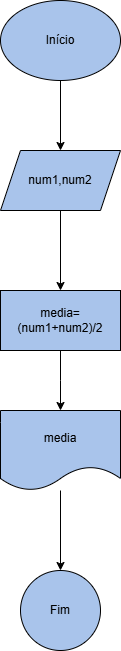
rehsanva/PA-2025 keeps this draw.io diagram as variaveiseoperadoresaritmeticos/calculomedia.drawio.png. Above is the earlier version. Source tidied: cells renumbered, new cells last; positions are measured from the earlier drawing's top-left corner, leaving out a move shared by most shapes. The source it was exported from:
```xml
<mxGraphModel>
  <root>
    <mxCell id="0" />
    <mxCell id="1" parent="0" />
    <mxCell id="2" style="edgeStyle=orthogonalEdgeStyle;rounded=0;jettySize=auto;html=1;entryX=0.5;entryY=0;entryDx=0;entryDy=0;" parent="1" edge="1" source="3" target="5">
      <mxGeometry relative="1" as="geometry" />
    </mxCell>
    <mxCell id="3" value="Início" style="ellipse;whiteSpace=wrap;html=1;fillColor=light-dark(#A9C4EB,#000000);" parent="1" vertex="1">
      <mxGeometry width="120" height="80" as="geometry" />
    </mxCell>
    <mxCell id="4" style="edgeStyle=orthogonalEdgeStyle;rounded=0;jettySize=auto;html=1;" parent="1" edge="1" source="5" target="7">
      <mxGeometry relative="1" as="geometry" />
    </mxCell>
    <mxCell id="5" value="num1,num2" style="shape=parallelogram;perimeter=parallelogramPerimeter;whiteSpace=wrap;html=1;fixedSize=1;fillColor=light-dark(#A9C4EB,var(--ge-dark-color, #121212));" parent="1" vertex="1">
      <mxGeometry y="150" width="120" height="60" as="geometry" />
    </mxCell>
    <mxCell id="6" style="edgeStyle=orthogonalEdgeStyle;rounded=0;jettySize=auto;html=1;" parent="1" edge="1" source="7">
      <mxGeometry relative="1" as="geometry">
        <mxPoint x="60" y="410" as="targetPoint" />
      </mxGeometry>
    </mxCell>
    <mxCell id="7" value="media= (num1+num2)/2" style="whiteSpace=wrap;html=1;fillColor=light-dark(#A9C4EB,#000000);" parent="1" vertex="1">
      <mxGeometry y="290" width="120" height="60" as="geometry" />
    </mxCell>
    <mxCell id="8" style="edgeStyle=orthogonalEdgeStyle;rounded=0;jettySize=auto;html=1;" parent="1" edge="1" source="9" target="10">
      <mxGeometry relative="1" as="geometry" />
    </mxCell>
    <mxCell id="9" value="media" style="shape=document;whiteSpace=wrap;html=1;boundedLbl=1;fillColor=light-dark(#A9C4EB,#000000);" parent="1" vertex="1">
      <mxGeometry y="410" width="120" height="80" as="geometry" />
    </mxCell>
    <mxCell id="10" value="Fim" style="ellipse;whiteSpace=wrap;html=1;fillColor=light-dark(#A9C4EB,#000000);" parent="1" vertex="1">
      <mxGeometry x="20" y="570" width="80" height="80" as="geometry" />
    </mxCell>
  </root>
</mxGraphModel>
```
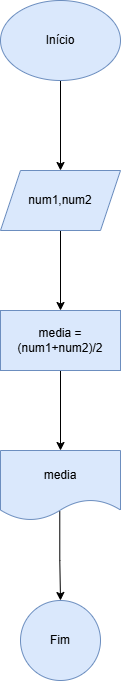
The same file after the commit.

The edit, as a diff of the source:
```diff
@@ -2,34 +2,32 @@
   <root>
     <mxCell id="0" />
     <mxCell id="1" parent="0" />
-    <mxCell id="2" style="edgeStyle=orthogonalEdgeStyle;rounded=0;jettySize=auto;html=1;entryX=0.5;entryY=0;entryDx=0;entryDy=0;" parent="1" edge="1" source="3" target="5">
+    <mxCell id="2" style="edgeStyle=orthogonalEdgeStyle;rounded=0;jettySize=auto;html=1;" parent="1" edge="1" source="3" target="5">
       <mxGeometry relative="1" as="geometry" />
     </mxCell>
-    <mxCell id="3" value="Início" style="ellipse;whiteSpace=wrap;html=1;fillColor=light-dark(#A9C4EB,#000000);" parent="1" vertex="1">
-      <mxGeometry width="120" height="80" as="geometry" />
+    <mxCell id="3" value="Início" style="ellipse;whiteSpace=wrap;html=1;fillColor=#dae8fc;strokeColor=#6c8ebf;" parent="1" vertex="1">
+      <mxGeometry x="260" y="170" width="120" height="80" as="geometry" />
     </mxCell>
-    <mxCell id="4" style="edgeStyle=orthogonalEdgeStyle;rounded=0;jettySize=auto;html=1;" parent="1" edge="1" source="5" target="7">
-      <mxGeometry relative="1" as="geometry" />
-    </mxCell>
+    <mxCell id="11" style="edgeStyle=orthogonalEdgeStyle;rounded=0;jettySize=auto;html=1;" parent="1" edge="1" source="5" target="13">
+      <mxGeometry relative="1" as="geometry" />
+    </mxCell>
-    <mxCell id="5" value="num1,num2" style="shape=parallelogram;perimeter=parallelogramPerimeter;whiteSpace=wrap;html=1;fixedSize=1;fillColor=light-dark(#A9C4EB,var(--ge-dark-color, #121212));" parent="1" vertex="1">
-      <mxGeometry y="150" width="120" height="60" as="geometry" />
+    <mxCell id="5" value="num1,num2" style="shape=parallelogram;perimeter=parallelogramPerimeter;whiteSpace=wrap;html=1;fixedSize=1;fillColor=#dae8fc;strokeColor=#6c8ebf;" parent="1" vertex="1">
+      <mxGeometry x="260" y="340" width="120" height="60" as="geometry" />
     </mxCell>
-    <mxCell id="6" style="edgeStyle=orthogonalEdgeStyle;rounded=0;jettySize=auto;html=1;" parent="1" edge="1" source="7">
-      <mxGeometry relative="1" as="geometry">
-        <mxPoint x="60" y="410" as="targetPoint" />
-      </mxGeometry>
-    </mxCell>
-    <mxCell id="7" value="media= (num1+num2)/2" style="whiteSpace=wrap;html=1;fillColor=light-dark(#A9C4EB,#000000);" parent="1" vertex="1">
-      <mxGeometry y="290" width="120" height="60" as="geometry" />
-    </mxCell>
+    <mxCell id="12" style="edgeStyle=orthogonalEdgeStyle;rounded=0;jettySize=auto;html=1;" parent="1" edge="1" source="13" target="9">
+      <mxGeometry relative="1" as="geometry" />
+    </mxCell>
+    <mxCell id="13" value="media = (num1+num2)/2" style="whiteSpace=wrap;html=1;fillColor=#dae8fc;strokeColor=#6c8ebf;" parent="1" vertex="1">
+      <mxGeometry x="260" y="480" width="120" height="60" as="geometry" />
+    </mxCell>
-    <mxCell id="8" style="edgeStyle=orthogonalEdgeStyle;rounded=0;jettySize=auto;html=1;" parent="1" edge="1" source="9" target="10">
+    <mxCell id="8" style="edgeStyle=orthogonalEdgeStyle;rounded=0;jettySize=auto;html=1;exitX=0.494;exitY=0.867;exitDx=0;exitDy=0;exitPerimeter=0;" parent="1" edge="1" source="9" target="10">
       <mxGeometry relative="1" as="geometry" />
     </mxCell>
-    <mxCell id="9" value="media" style="shape=document;whiteSpace=wrap;html=1;boundedLbl=1;fillColor=light-dark(#A9C4EB,#000000);" parent="1" vertex="1">
-      <mxGeometry y="410" width="120" height="80" as="geometry" />
+    <mxCell id="9" value="media" style="shape=document;whiteSpace=wrap;html=1;boundedLbl=1;fillColor=#dae8fc;strokeColor=#6c8ebf;" parent="1" vertex="1">
+      <mxGeometry x="260" y="620" width="120" height="70" as="geometry" />
     </mxCell>
-    <mxCell id="10" value="Fim" style="ellipse;whiteSpace=wrap;html=1;fillColor=light-dark(#A9C4EB,#000000);" parent="1" vertex="1">
-      <mxGeometry x="20" y="570" width="80" height="80" as="geometry" />
+    <mxCell id="10" value="Fim" style="ellipse;whiteSpace=wrap;html=1;fillColor=#dae8fc;strokeColor=#6c8ebf;" parent="1" vertex="1">
+      <mxGeometry x="280" y="770" width="80" height="80" as="geometry" />
     </mxCell>
   </root>
 </mxGraphModel>
```
